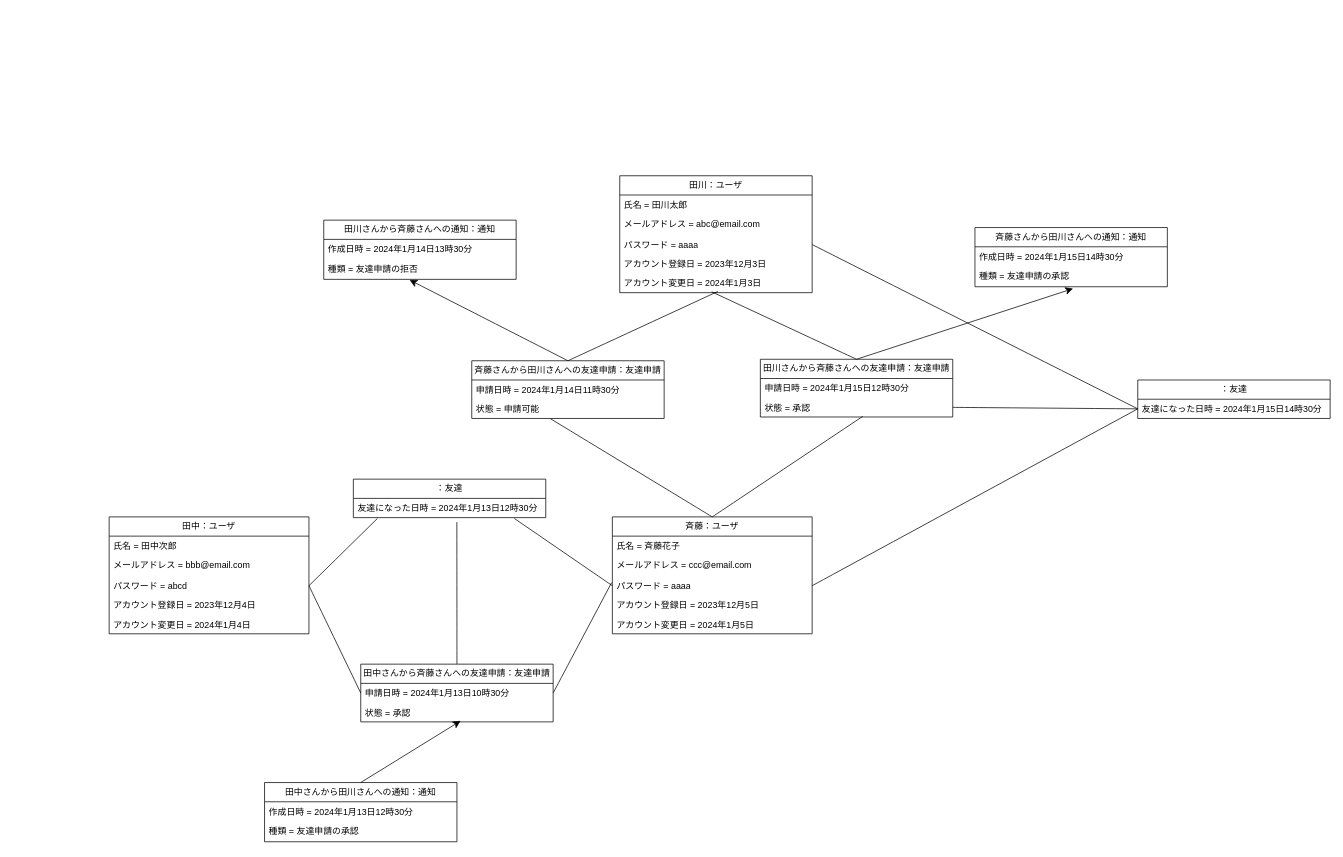
Above: 概念モデル/08_友達申請の承認をする/友達申請の承認をする.drawio in tawainfer/scorpio (draw.io), before the change. Source tidied: cells renumbered, new cells numbered last; positions are measured from the earlier drawing's top-left corner, leaving out a move shared by most shapes. Both pictures are drawn from the tidied source at 74%, with x=0, y=0 at pixel (109, 175).
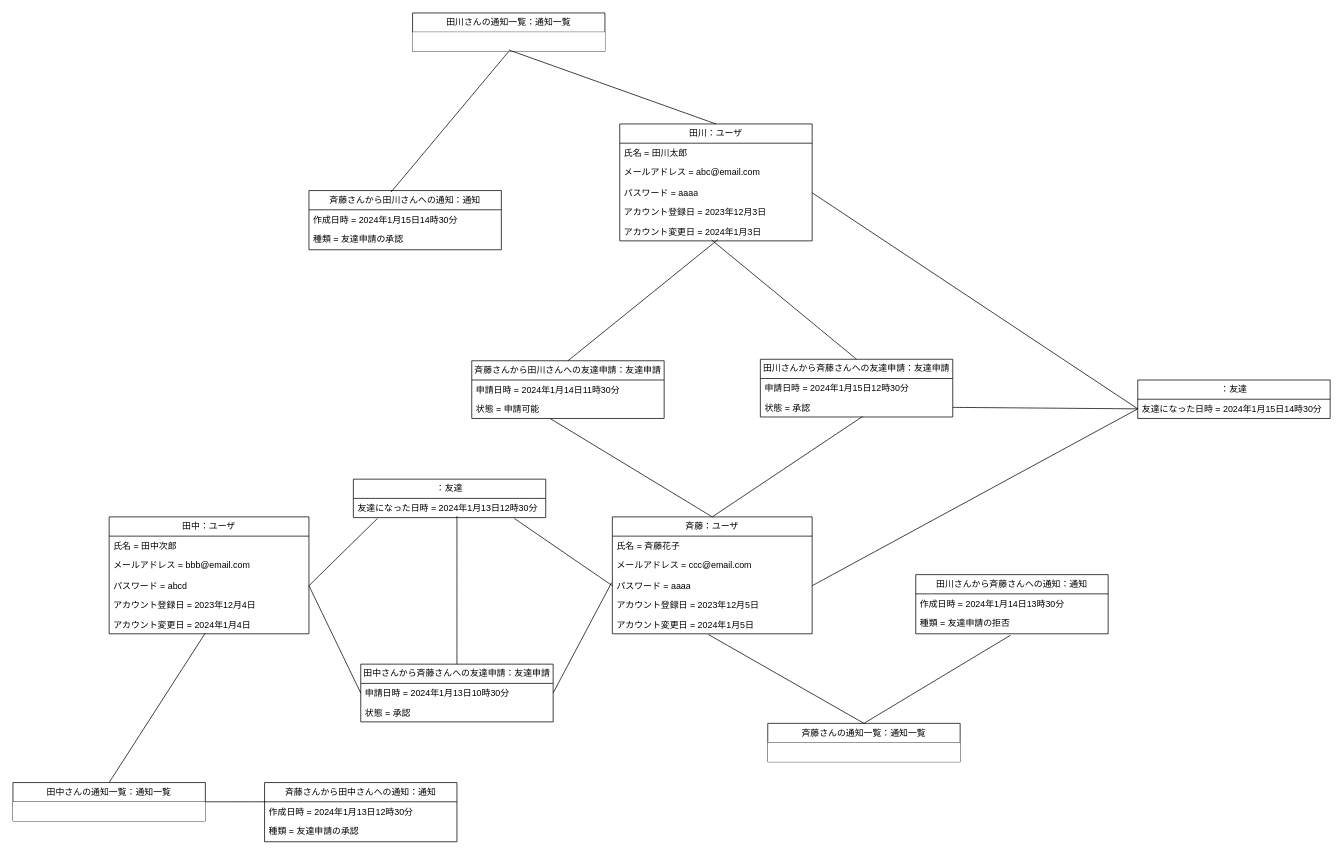
The same diagram, later.

Unchanged cells that the change refers to:
```xml
<mxCell id="3" value="田中さんから斉藤さんへの友達申請：友達申請" style="swimlane;fontStyle=0;horizontal=1;startSize=26;fillColor=none;whiteSpace=wrap;html=1;" parent="1" vertex="1">
  <mxGeometry x="340" y="660" width="260" height="78" as="geometry" />
</mxCell>
<mxCell id="5" value="状態 = 承認" style="text;strokeColor=none;fillColor=none;align=left;verticalAlign=top;spacingLeft=4;spacingRight=4;overflow=hidden;points=[[0,0.5],[1,0.5]];portConstraint=eastwest;whiteSpace=wrap;html=1;" parent="3" vertex="1">
  <mxGeometry y="52" width="260" height="26" as="geometry" />
</mxCell>
<mxCell id="11" value="アカウント変更日 = 2024年1月4日" style="text;strokeColor=none;fillColor=none;align=left;verticalAlign=top;spacingLeft=4;spacingRight=4;overflow=hidden;points=[[0,0.5],[1,0.5]];portConstraint=eastwest;whiteSpace=wrap;html=1;" parent="6" vertex="1">
  <mxGeometry y="132" width="270" height="26" as="geometry" />
</mxCell>
<mxCell id="17" value="アカウント変更日 = 2024年1月5日" style="text;strokeColor=none;fillColor=none;align=left;verticalAlign=top;spacingLeft=4;spacingRight=4;overflow=hidden;points=[[0,0.5],[1,0.5]];portConstraint=eastwest;whiteSpace=wrap;html=1;" parent="12" vertex="1">
  <mxGeometry y="132" width="270" height="26" as="geometry" />
</mxCell>
<mxCell id="26" value="田川さんから斉藤さんへの友達申請：友達申請" style="swimlane;fontStyle=0;horizontal=1;startSize=26;fillColor=none;whiteSpace=wrap;html=1;" parent="1" vertex="1">
  <mxGeometry x="880" y="248" width="260" height="78" as="geometry" />
</mxCell>
<mxCell id="29" value="斉藤さんから田川さんへの友達申請：友達申請" style="swimlane;fontStyle=0;horizontal=1;startSize=26;fillColor=none;whiteSpace=wrap;html=1;" parent="1" vertex="1">
  <mxGeometry x="490" y="250" width="260" height="78" as="geometry" />
</mxCell>
<mxCell id="44" value="友達になった日時 =&amp;nbsp;2024年1月13日12時30分" style="text;strokeColor=none;fillColor=none;align=left;verticalAlign=top;spacingLeft=4;spacingRight=4;overflow=hidden;points=[[0,0.5],[1,0.5]];portConstraint=eastwest;whiteSpace=wrap;html=1;" parent="43" vertex="1">
  <mxGeometry y="26" width="260" height="26" as="geometry" />
</mxCell>
<mxCell id="46" value="作成日時 =&amp;nbsp;2024年1月13日12時30分" style="text;strokeColor=none;fillColor=none;align=left;verticalAlign=top;spacingLeft=4;spacingRight=4;overflow=hidden;points=[[0,0.5],[1,0.5]];portConstraint=eastwest;whiteSpace=wrap;html=1;" parent="45" vertex="1">
  <mxGeometry y="26" width="260" height="26" as="geometry" />
</mxCell>
<mxCell id="51" value="種類 = 友達申請の拒否" style="text;strokeColor=none;fillColor=none;align=left;verticalAlign=top;spacingLeft=4;spacingRight=4;overflow=hidden;points=[[0,0.5],[1,0.5]];portConstraint=eastwest;whiteSpace=wrap;html=1;" parent="49" vertex="1">
  <mxGeometry y="52" width="260" height="28" as="geometry" />
</mxCell>
<mxCell id="55" value="種類 = 友達申請の承認" style="text;strokeColor=none;fillColor=none;align=left;verticalAlign=top;spacingLeft=4;spacingRight=4;overflow=hidden;points=[[0,0.5],[1,0.5]];portConstraint=eastwest;whiteSpace=wrap;html=1;" parent="53" vertex="1">
  <mxGeometry y="52" width="260" height="28" as="geometry" />
</mxCell>
```

Change to the diagram source:
```diff
@@
-    <mxCell id="2" style="edgeStyle=none;curved=1;rounded=0;jettySize=auto;html=1;exitX=0.5;exitY=0;exitDx=0;exitDy=0;entryX=0.538;entryY=1.231;entryDx=0;entryDy=0;fontSize=12;startSize=8;endSize=8;entryPerimeter=0;endArrow=none;endFill=0;" parent="1" edge="1" source="3" target="44">
-      <mxGeometry relative="1" as="geometry" />
+    <mxCell id="2" style="edgeStyle=none;curved=1;rounded=0;jettySize=auto;html=1;exitX=0.5;exitY=0;exitDx=0;exitDy=0;fontSize=12;startSize=8;endSize=8;endArrow=none;endFill=0;" parent="1" edge="1" source="3">
+      <mxGeometry relative="1" as="geometry">
+        <mxPoint x="470" y="460" as="targetPoint" />
+      </mxGeometry>
     </mxCell>
@@
     <mxCell id="20" value="田川：ユーザ" style="swimlane;fontStyle=0;horizontal=1;startSize=26;fillColor=none;whiteSpace=wrap;html=1;" parent="1" vertex="1">
-      <mxGeometry x="690" width="260" height="158" as="geometry" />
+      <mxGeometry x="690" y="-70" width="260" height="158" as="geometry" />
     </mxCell>
@@
-    <mxCell id="45" value="田中さんから田川さんへの通知：通知" style="swimlane;fontStyle=0;horizontal=1;startSize=26;fillColor=none;whiteSpace=wrap;html=1;" parent="1" vertex="1">
+    <mxCell id="45" value="斉藤さんから田中さんへの通知：通知" style="swimlane;fontStyle=0;horizontal=1;startSize=26;fillColor=none;whiteSpace=wrap;html=1;" parent="1" vertex="1">
       <mxGeometry x="210" y="820" width="260" height="80" as="geometry" />
     </mxCell>
@@
-    <mxCell id="48" style="edgeStyle=none;curved=1;rounded=0;jettySize=auto;html=1;exitX=0.5;exitY=0;exitDx=0;exitDy=0;entryX=0.519;entryY=0.949;entryDx=0;entryDy=0;entryPerimeter=0;fontSize=12;startSize=8;endSize=8;" parent="1" edge="1" source="45" target="5">
-      <mxGeometry relative="1" as="geometry" />
-    </mxCell>
     <mxCell id="49" value="田川さんから斉藤さんへの通知：通知" style="swimlane;fontStyle=0;horizontal=1;startSize=26;fillColor=none;whiteSpace=wrap;html=1;" parent="1" vertex="1">
-      <mxGeometry x="290" y="60" width="260" height="80" as="geometry" />
+      <mxGeometry x="1090" y="539" width="260" height="80" as="geometry" />
     </mxCell>
@@
-    <mxCell id="52" style="edgeStyle=none;curved=1;rounded=0;jettySize=auto;html=1;exitX=0.5;exitY=0;exitDx=0;exitDy=0;entryX=0.446;entryY=1.03;entryDx=0;entryDy=0;entryPerimeter=0;fontSize=12;startSize=8;endSize=8;" parent="1" edge="1" source="29" target="51">
-      <mxGeometry relative="1" as="geometry" />
-    </mxCell>
     <mxCell id="53" value="斉藤さんから田川さんへの通知：通知" style="swimlane;fontStyle=0;horizontal=1;startSize=26;fillColor=none;whiteSpace=wrap;html=1;" parent="1" vertex="1">
-      <mxGeometry x="1170" y="70" width="260" height="80" as="geometry" />
+      <mxGeometry x="270" y="20" width="260" height="80" as="geometry" />
     </mxCell>
@@
-    <mxCell id="56" style="edgeStyle=none;curved=1;rounded=0;jettySize=auto;html=1;exitX=0.5;exitY=0;exitDx=0;exitDy=0;entryX=0.51;entryY=1.089;entryDx=0;entryDy=0;entryPerimeter=0;fontSize=12;startSize=8;endSize=8;" parent="1" edge="1" source="26" target="55">
-      <mxGeometry relative="1" as="geometry" />
-    </mxCell>
+    <mxCell id="57" value="田中さんの通知一覧：通知一覧" style="swimlane;fontStyle=0;horizontal=1;startSize=26;fillColor=default;whiteSpace=wrap;html=1;" parent="1" vertex="1">
+      <mxGeometry x="-130" y="820" width="260" height="52" as="geometry" />
+    </mxCell>
+    <mxCell id="58" style="text;strokeColor=none;fillColor=default;align=left;verticalAlign=top;spacingLeft=4;spacingRight=4;overflow=hidden;whiteSpace=wrap;html=1;" parent="57" vertex="1">
+      <mxGeometry y="26" width="260" height="26" as="geometry" />
+    </mxCell>
+    <mxCell id="59" style="edgeStyle=none;curved=1;rounded=0;jettySize=auto;html=1;exitX=0.5;exitY=0;exitDx=0;exitDy=0;entryX=0.481;entryY=0.962;entryDx=0;entryDy=0;entryPerimeter=0;fontSize=12;startSize=8;endSize=8;endArrow=none;endFill=0;" parent="1" edge="1" source="57" target="11">
+      <mxGeometry relative="1" as="geometry" />
+    </mxCell>
+    <mxCell id="60" style="edgeStyle=none;curved=1;rounded=0;jettySize=auto;html=1;exitX=1;exitY=0.5;exitDx=0;exitDy=0;entryX=0.004;entryY=0;entryDx=0;entryDy=0;entryPerimeter=0;fontSize=12;startSize=8;endSize=8;endArrow=none;endFill=0;" parent="1" edge="1" source="57" target="46">
+      <mxGeometry relative="1" as="geometry" />
+    </mxCell>
+    <mxCell id="61" value="斉藤さんの通知一覧：通知一覧" style="swimlane;fontStyle=0;horizontal=1;startSize=26;fillColor=default;whiteSpace=wrap;html=1;" parent="1" vertex="1">
+      <mxGeometry x="890" y="740" width="260" height="52" as="geometry" />
+    </mxCell>
+    <mxCell id="62" style="text;strokeColor=none;fillColor=default;align=left;verticalAlign=top;spacingLeft=4;spacingRight=4;overflow=hidden;whiteSpace=wrap;html=1;" parent="61" vertex="1">
+      <mxGeometry y="26" width="260" height="26" as="geometry" />
+    </mxCell>
+    <mxCell id="63" style="edgeStyle=none;curved=1;rounded=0;jettySize=auto;html=1;exitX=0.5;exitY=0;exitDx=0;exitDy=0;entryX=0.481;entryY=1.038;entryDx=0;entryDy=0;entryPerimeter=0;fontSize=12;startSize=8;endSize=8;endArrow=none;endFill=0;" parent="1" edge="1" source="61" target="17">
+      <mxGeometry relative="1" as="geometry" />
+    </mxCell>
+    <mxCell id="64" style="edgeStyle=none;curved=1;rounded=0;jettySize=auto;html=1;exitX=0.5;exitY=0;exitDx=0;exitDy=0;entryX=0.492;entryY=1.071;entryDx=0;entryDy=0;entryPerimeter=0;fontSize=12;startSize=8;endSize=8;endArrow=none;endFill=0;" parent="1" edge="1" source="61" target="51">
+      <mxGeometry relative="1" as="geometry" />
+    </mxCell>
+    <mxCell id="65" value="田川さんの通知一覧：通知一覧" style="swimlane;fontStyle=0;horizontal=1;startSize=26;fillColor=default;whiteSpace=wrap;html=1;" parent="1" vertex="1">
+      <mxGeometry x="410" y="-220" width="260" height="52" as="geometry" />
+    </mxCell>
+    <mxCell id="66" style="text;strokeColor=none;fillColor=default;align=left;verticalAlign=top;spacingLeft=4;spacingRight=4;overflow=hidden;points=[[0,0.5],[1,0.5]];portConstraint=eastwest;whiteSpace=wrap;html=1;" parent="65" vertex="1">
+      <mxGeometry y="26" width="260" height="26" as="geometry" />
+    </mxCell>
+    <mxCell id="67" style="edgeStyle=none;curved=1;rounded=0;jettySize=auto;html=1;exitX=0.5;exitY=0;exitDx=0;exitDy=0;entryX=0.5;entryY=0.923;entryDx=0;entryDy=0;entryPerimeter=0;fontSize=12;startSize=8;endSize=8;endArrow=none;endFill=0;" parent="1" edge="1" source="20" target="66">
+      <mxGeometry relative="1" as="geometry" />
+    </mxCell>
+    <mxCell id="68" style="edgeStyle=none;curved=1;rounded=0;jettySize=auto;html=1;exitX=0.5;exitY=1;exitDx=0;exitDy=0;entryX=0.427;entryY=0.025;entryDx=0;entryDy=0;entryPerimeter=0;fontSize=12;startSize=8;endSize=8;endArrow=none;endFill=0;" parent="1" edge="1" source="65" target="53">
+      <mxGeometry relative="1" as="geometry" />
+    </mxCell>
```
